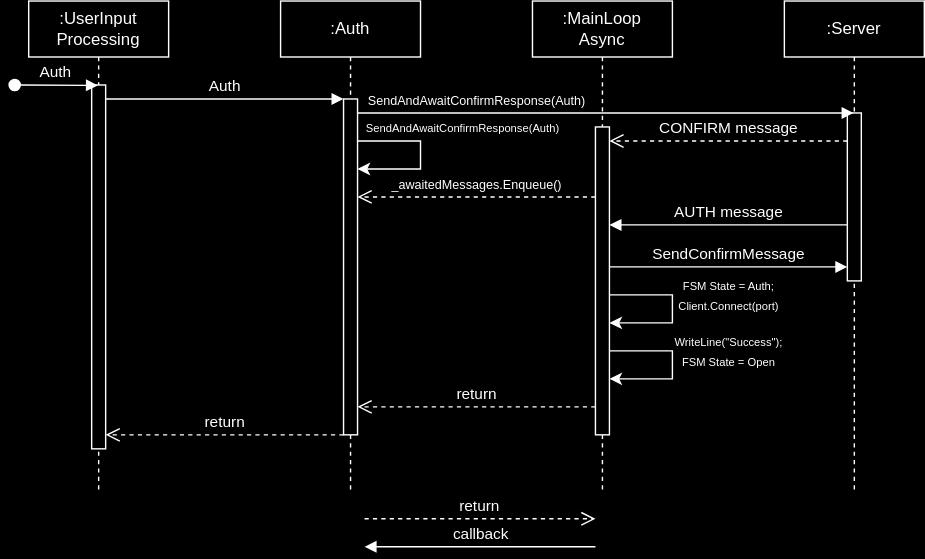
Above: Doc/imgs/ipk_udp_auth.svg in Hedgezi/vut_4sem_ipk_1 (draw.io), before the change. Source tidied: cells renumbered, new cells last; positions are measured from the earlier drawing's top-left corner, leaving out a move shared by most shapes. The source it was exported from:
```xml
<mxGraphModel>
  <root>
    <mxCell id="0" />
    <mxCell id="1" parent="0" />
    <mxCell id="2" value=":Auth" style="shape=umlLifeline;perimeter=lifelinePerimeter;whiteSpace=wrap;html=1;newEdgeStyle={&quot;edgeStyle&quot;:&quot;elbowEdgeStyle&quot;,&quot;elbow&quot;:&quot;vertical&quot;,&quot;curved&quot;:0,&quot;rounded&quot;:0};" parent="1" vertex="1">
      <mxGeometry x="190" width="100" height="350" as="geometry" />
    </mxCell>
    <mxCell id="3" style="html=1;points=[];perimeter=orthogonalPerimeter;outlineConnect=0;targetShapes=umlLifeline;portConstraint=eastwest;newEdgeStyle={&quot;edgeStyle&quot;:&quot;elbowEdgeStyle&quot;,&quot;elbow&quot;:&quot;vertical&quot;,&quot;curved&quot;:0,&quot;rounded&quot;:0};" parent="2" vertex="1">
      <mxGeometry x="45" y="70" width="10" height="240" as="geometry" />
    </mxCell>
    <mxCell id="4" style="endArrow=classic;html=1;rounded=0;" parent="2" edge="1">
      <mxGeometry relative="1" as="geometry">
        <mxPoint x="55" y="100" as="sourcePoint" />
        <mxPoint x="55" y="120" as="targetPoint" />
        <Array as="points">
          <mxPoint x="100" y="100" />
          <mxPoint x="100" y="120" />
        </Array>
      </mxGeometry>
    </mxCell>
    <mxCell id="5" value="&lt;font style=&quot;font-size: 8px;&quot;&gt;SendAndAwaitConfirmResponse(Auth)&lt;/font&gt;" style="edgeLabel;html=1;align=center;verticalAlign=middle;" parent="4" vertex="1">
      <mxGeometry relative="1" as="geometry">
        <mxPoint x="30" y="-20" as="offset" />
      </mxGeometry>
    </mxCell>
    <mxCell id="6" value=":MainLoop&lt;div&gt;Async&lt;/div&gt;" style="shape=umlLifeline;perimeter=lifelinePerimeter;whiteSpace=wrap;html=1;newEdgeStyle={&quot;edgeStyle&quot;:&quot;elbowEdgeStyle&quot;,&quot;elbow&quot;:&quot;vertical&quot;,&quot;curved&quot;:0,&quot;rounded&quot;:0};" parent="1" vertex="1">
      <mxGeometry x="370" width="100" height="350" as="geometry" />
    </mxCell>
    <mxCell id="7" style="html=1;points=[];perimeter=orthogonalPerimeter;outlineConnect=0;targetShapes=umlLifeline;portConstraint=eastwest;newEdgeStyle={&quot;edgeStyle&quot;:&quot;elbowEdgeStyle&quot;,&quot;elbow&quot;:&quot;vertical&quot;,&quot;curved&quot;:0,&quot;rounded&quot;:0};" parent="6" vertex="1">
      <mxGeometry x="45" y="90" width="10" height="220" as="geometry" />
    </mxCell>
    <mxCell id="8" value="callback" style="html=1;verticalAlign=bottom;endArrow=block;edgeStyle=elbowEdgeStyle;elbow=vertical;curved=0;rounded=0;" parent="1" edge="1">
      <mxGeometry relative="1" as="geometry">
        <mxPoint x="415" y="390" as="sourcePoint" />
        <mxPoint x="250" y="390" as="targetPoint" />
        <Array as="points">
          <mxPoint x="340" y="390" />
        </Array>
      </mxGeometry>
    </mxCell>
    <mxCell id="9" value="return" style="html=1;verticalAlign=bottom;endArrow=open;dashed=1;endSize=8;edgeStyle=elbowEdgeStyle;elbow=vertical;curved=0;rounded=0;" parent="1" edge="1">
      <mxGeometry relative="1" as="geometry">
        <mxPoint x="250" y="370" as="sourcePoint" />
        <mxPoint x="415" y="370" as="targetPoint" />
        <Array as="points">
          <mxPoint x="330" y="370" />
        </Array>
      </mxGeometry>
    </mxCell>
    <mxCell id="10" value=":Server" style="shape=umlLifeline;perimeter=lifelinePerimeter;whiteSpace=wrap;html=1;outlineConnect=0;portConstraint=eastwest;newEdgeStyle={&quot;edgeStyle&quot;:&quot;elbowEdgeStyle&quot;,&quot;elbow&quot;:&quot;vertical&quot;,&quot;curved&quot;:0,&quot;rounded&quot;:0};" parent="1" vertex="1">
      <mxGeometry x="550" width="100" height="350" as="geometry" />
    </mxCell>
    <mxCell id="11" style="html=1;perimeter=orthogonalPerimeter;targetShapes=umlLifeline;newEdgeStyle={&quot;edgeStyle&quot;:&quot;elbowEdgeStyle&quot;,&quot;elbow&quot;:&quot;vertical&quot;,&quot;curved&quot;:0,&quot;rounded&quot;:0};" parent="10" vertex="1">
      <mxGeometry x="45" y="80" width="10" height="120" as="geometry" />
    </mxCell>
    <mxCell id="12" value="&lt;font style=&quot;font-size: 9px;&quot;&gt;SendAndAwaitConfirmResponse(Auth)&lt;/font&gt;" style="html=1;verticalAlign=bottom;endArrow=block;edgeStyle=elbowEdgeStyle;elbow=vertical;curved=0;rounded=0;" parent="1" edge="1" source="3" target="10">
      <mxGeometry x="-0.52" relative="1" as="geometry">
        <Array as="points">
          <mxPoint x="330" y="80" />
        </Array>
      </mxGeometry>
    </mxCell>
    <mxCell id="13" value="CONFIRM message" style="html=1;verticalAlign=bottom;endArrow=open;dashed=1;endSize=8;edgeStyle=elbowEdgeStyle;elbow=vertical;curved=0;rounded=0;" parent="1" edge="1">
      <mxGeometry relative="1" as="geometry">
        <mxPoint x="595" y="100" as="sourcePoint" />
        <mxPoint x="425" y="100" as="targetPoint" />
        <Array as="points">
          <mxPoint x="525" y="100" />
        </Array>
      </mxGeometry>
    </mxCell>
    <mxCell id="14" value=":UserInput&lt;div&gt;Processing&lt;/div&gt;" style="shape=umlLifeline;perimeter=lifelinePerimeter;whiteSpace=wrap;html=1;outlineConnect=0;portConstraint=eastwest;newEdgeStyle={&quot;edgeStyle&quot;:&quot;elbowEdgeStyle&quot;,&quot;elbow&quot;:&quot;vertical&quot;,&quot;curved&quot;:0,&quot;rounded&quot;:0};" parent="1" vertex="1">
      <mxGeometry x="10" width="100" height="350" as="geometry" />
    </mxCell>
    <mxCell id="15" style="html=1;points=[];perimeter=orthogonalPerimeter;outlineConnect=0;targetShapes=umlLifeline;portConstraint=eastwest;newEdgeStyle={&quot;edgeStyle&quot;:&quot;elbowEdgeStyle&quot;,&quot;elbow&quot;:&quot;vertical&quot;,&quot;curved&quot;:0,&quot;rounded&quot;:0};" parent="14" vertex="1">
      <mxGeometry x="45" y="60" width="10" height="260" as="geometry" />
    </mxCell>
    <mxCell id="16" value="Auth" style="html=1;verticalAlign=bottom;startArrow=oval;endArrow=block;startSize=8;edgeStyle=elbowEdgeStyle;elbow=vertical;curved=0;rounded=0;" parent="1" edge="1" target="14">
      <mxGeometry relative="1" as="geometry">
        <mxPoint y="60" as="sourcePoint" />
      </mxGeometry>
    </mxCell>
    <mxCell id="17" value="&lt;font style=&quot;font-size: 11px;&quot;&gt;Auth&lt;/font&gt;" style="html=1;verticalAlign=bottom;endArrow=block;edgeStyle=elbowEdgeStyle;elbow=vertical;curved=0;rounded=0;" parent="1" edge="1">
      <mxGeometry relative="1" as="geometry">
        <mxPoint x="65" y="70" as="sourcePoint" />
        <mxPoint x="235" y="70" as="targetPoint" />
      </mxGeometry>
    </mxCell>
    <mxCell id="18" value="&lt;font style=&quot;font-size: 9px;&quot;&gt;_awaitedMessages.Enqueue()&lt;/font&gt;" style="html=1;verticalAlign=bottom;endArrow=open;dashed=1;endSize=8;edgeStyle=elbowEdgeStyle;elbow=vertical;curved=0;rounded=0;" parent="1" edge="1" source="7" target="3">
      <mxGeometry relative="1" as="geometry">
        <Array as="points">
          <mxPoint x="340" y="140" />
        </Array>
      </mxGeometry>
    </mxCell>
    <mxCell id="19" value="AUTH message" style="html=1;verticalAlign=bottom;endArrow=block;edgeStyle=elbowEdgeStyle;elbow=vertical;curved=0;rounded=0;" parent="1" edge="1" target="7">
      <mxGeometry relative="1" as="geometry">
        <mxPoint x="595" y="160" as="sourcePoint" />
        <Array as="points">
          <mxPoint x="520" y="160" />
        </Array>
      </mxGeometry>
    </mxCell>
    <mxCell id="20" value="SendConfirmMessage" style="html=1;verticalAlign=bottom;endArrow=block;edgeStyle=elbowEdgeStyle;elbow=vertical;curved=0;rounded=0;" parent="1" edge="1">
      <mxGeometry relative="1" as="geometry">
        <mxPoint x="425" y="190" as="sourcePoint" />
        <mxPoint x="595" y="190" as="targetPoint" />
        <Array as="points">
          <mxPoint x="530" y="190" />
        </Array>
      </mxGeometry>
    </mxCell>
    <mxCell id="21" style="endArrow=classic;html=1;rounded=0;" parent="1" edge="1">
      <mxGeometry relative="1" as="geometry">
        <mxPoint x="425" y="210" as="sourcePoint" />
        <mxPoint x="425" y="230" as="targetPoint" />
        <Array as="points">
          <mxPoint x="470" y="210" />
          <mxPoint x="470" y="230" />
        </Array>
      </mxGeometry>
    </mxCell>
    <mxCell id="22" value="&lt;span style=&quot;font-size: 8px;&quot;&gt;FSM State = Auth;&lt;/span&gt;&lt;div&gt;&lt;span style=&quot;font-size: 8px;&quot;&gt;Client.Connect(port)&lt;/span&gt;&lt;/div&gt;" style="edgeLabel;html=1;align=center;verticalAlign=middle;" parent="21" vertex="1">
      <mxGeometry relative="1" as="geometry">
        <mxPoint x="40" y="-10" as="offset" />
      </mxGeometry>
    </mxCell>
    <mxCell id="23" style="endArrow=classic;html=1;rounded=0;" parent="1" edge="1">
      <mxGeometry relative="1" as="geometry">
        <mxPoint x="425" y="250" as="sourcePoint" />
        <mxPoint x="425" y="270" as="targetPoint" />
        <Array as="points">
          <mxPoint x="470" y="250" />
          <mxPoint x="470" y="270" />
        </Array>
      </mxGeometry>
    </mxCell>
    <mxCell id="24" value="&lt;span style=&quot;font-size: 8px;&quot;&gt;WriteLine(&quot;Success&quot;);&lt;/span&gt;&lt;div&gt;&lt;span style=&quot;font-size: 8px;&quot;&gt;FSM State = Open&lt;/span&gt;&lt;span style=&quot;font-size: 8px;&quot;&gt;&lt;br&gt;&lt;/span&gt;&lt;/div&gt;" style="edgeLabel;html=1;align=center;verticalAlign=middle;" parent="23" vertex="1">
      <mxGeometry relative="1" as="geometry">
        <mxPoint x="40" y="-10" as="offset" />
      </mxGeometry>
    </mxCell>
    <mxCell id="25" value="&lt;font style=&quot;font-size: 11px;&quot;&gt;return&lt;/font&gt;" style="html=1;verticalAlign=bottom;endArrow=open;dashed=1;endSize=8;edgeStyle=elbowEdgeStyle;elbow=vertical;curved=0;rounded=0;" parent="1" edge="1" source="7" target="3">
      <mxGeometry relative="1" as="geometry">
        <Array as="points">
          <mxPoint x="335" y="290" />
        </Array>
      </mxGeometry>
    </mxCell>
    <mxCell id="26" value="&lt;font style=&quot;font-size: 11px;&quot;&gt;return&lt;/font&gt;" style="html=1;verticalAlign=bottom;endArrow=open;dashed=1;endSize=8;edgeStyle=elbowEdgeStyle;elbow=vertical;curved=0;rounded=0;" parent="1" edge="1" source="3" target="15">
      <mxGeometry relative="1" as="geometry">
        <Array as="points">
          <mxPoint x="160" y="310" />
        </Array>
      </mxGeometry>
    </mxCell>
  </root>
</mxGraphModel>
```
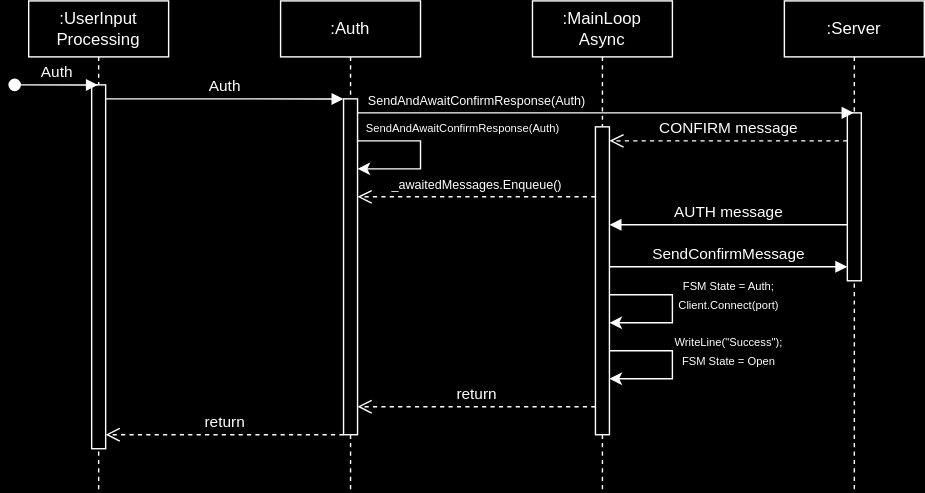
Later version of the same file.

What changed in the source:
```diff
@@ -29,24 +29,6 @@
     <mxCell id="7" style="html=1;points=[];perimeter=orthogonalPerimeter;outlineConnect=0;targetShapes=umlLifeline;portConstraint=eastwest;newEdgeStyle={&quot;edgeStyle&quot;:&quot;elbowEdgeStyle&quot;,&quot;elbow&quot;:&quot;vertical&quot;,&quot;curved&quot;:0,&quot;rounded&quot;:0};" parent="6" vertex="1">
       <mxGeometry x="45" y="90" width="10" height="220" as="geometry" />
     </mxCell>
-    <mxCell id="8" value="callback" style="html=1;verticalAlign=bottom;endArrow=block;edgeStyle=elbowEdgeStyle;elbow=vertical;curved=0;rounded=0;" parent="1" edge="1">
-      <mxGeometry relative="1" as="geometry">
-        <mxPoint x="415" y="390" as="sourcePoint" />
-        <mxPoint x="250" y="390" as="targetPoint" />
-        <Array as="points">
-          <mxPoint x="340" y="390" />
-        </Array>
-      </mxGeometry>
-    </mxCell>
-    <mxCell id="9" value="return" style="html=1;verticalAlign=bottom;endArrow=open;dashed=1;endSize=8;edgeStyle=elbowEdgeStyle;elbow=vertical;curved=0;rounded=0;" parent="1" edge="1">
-      <mxGeometry relative="1" as="geometry">
-        <mxPoint x="250" y="370" as="sourcePoint" />
-        <mxPoint x="415" y="370" as="targetPoint" />
-        <Array as="points">
-          <mxPoint x="330" y="370" />
-        </Array>
-      </mxGeometry>
-    </mxCell>
     <mxCell id="10" value=":Server" style="shape=umlLifeline;perimeter=lifelinePerimeter;whiteSpace=wrap;html=1;outlineConnect=0;portConstraint=eastwest;newEdgeStyle={&quot;edgeStyle&quot;:&quot;elbowEdgeStyle&quot;,&quot;elbow&quot;:&quot;vertical&quot;,&quot;curved&quot;:0,&quot;rounded&quot;:0};" parent="1" vertex="1">
       <mxGeometry x="550" width="100" height="350" as="geometry" />
     </mxCell>
```
